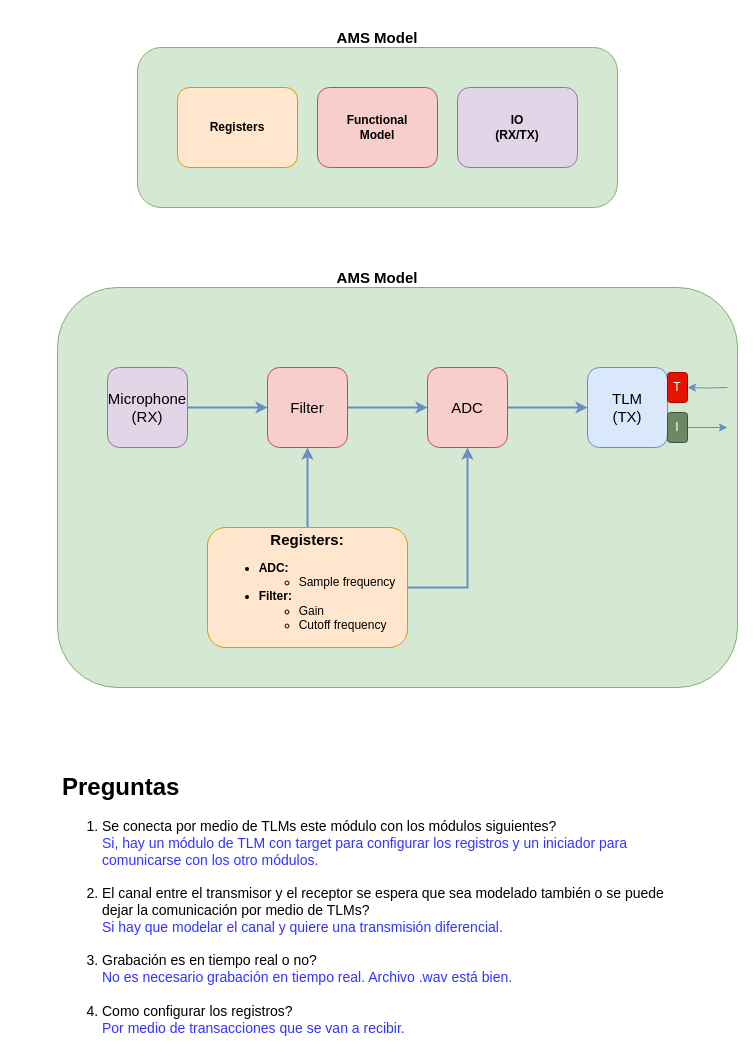
The draw.io diagram page "Audio Capture" (1 of 2) of Project3.drawio in bvarela27/SystemC_ams, before the edit. Source tidied: cells renumbered, new cells numbered last; positions are measured from the earlier drawing's top-left corner, leaving out a move shared by most shapes. Both pictures are drawn from the tidied source at 100%, with x=0, y=0 at pixel (57, 17).
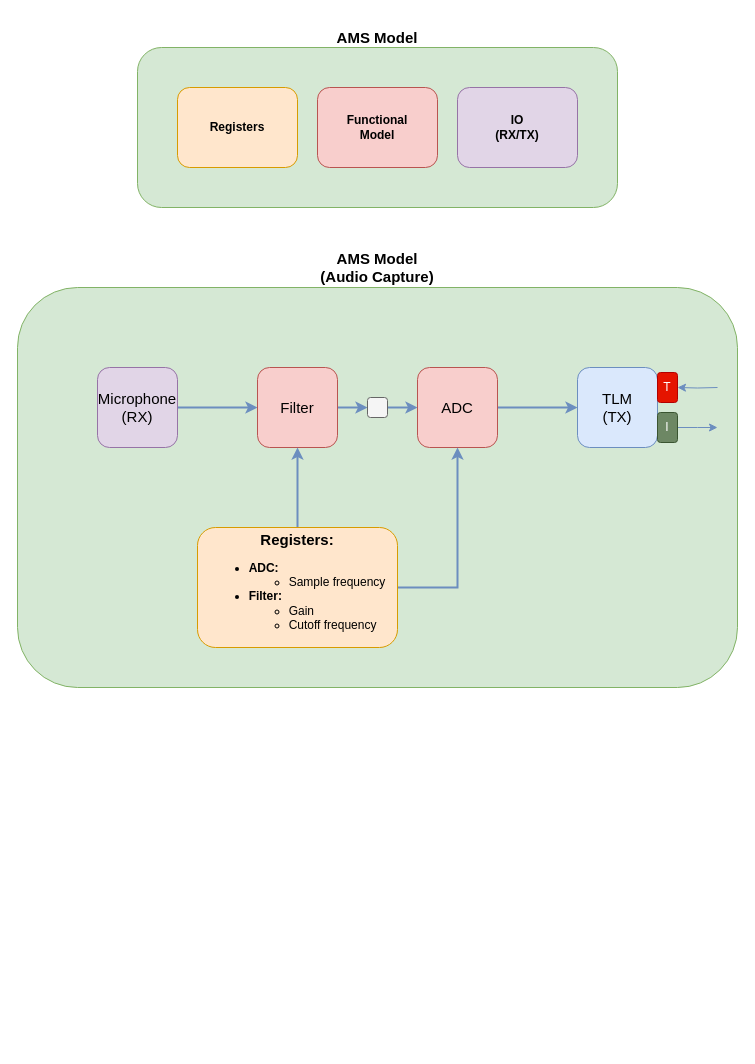
The same diagram, later.

Commit message:
Updating diagram with some more details regarding the audio capture module and adding the diagram of the channel

Change to the diagram source:
```diff
@@
     <mxCell id="2" style="rounded=1;whiteSpace=wrap;html=1;fontSize=15;fillColor=#d5e8d4;strokeColor=#82b366;" parent="1" vertex="1">
-      <mxGeometry y="270" width="680" height="400" as="geometry" />
+      <mxGeometry x="-40" y="270" width="720" height="400" as="geometry" />
     </mxCell>
@@
     <mxCell id="9" value="Microphone&lt;br&gt;(RX)" style="rounded=1;whiteSpace=wrap;html=1;fontSize=15;fillColor=#e1d5e7;strokeColor=#9673a6;" parent="1" vertex="1">
-      <mxGeometry x="50" y="350" width="80" height="80" as="geometry" />
+      <mxGeometry x="40" y="350" width="80" height="80" as="geometry" />
     </mxCell>
-    <mxCell id="10" style="edgeStyle=orthogonalEdgeStyle;rounded=0;jettySize=auto;html=1;exitX=1;exitY=0.5;exitDx=0;exitDy=0;entryX=0;entryY=0.5;entryDx=0;entryDy=0;fontSize=15;fillColor=#dae8fc;strokeColor=#6c8ebf;strokeWidth=2;" parent="1" edge="1" source="11" target="13">
-      <mxGeometry relative="1" as="geometry" />
-    </mxCell>
+    <mxCell id="24" style="edgeStyle=orthogonalEdgeStyle;rounded=0;jettySize=auto;html=1;exitX=1;exitY=0.5;exitDx=0;exitDy=0;entryX=0;entryY=0.5;entryDx=0;entryDy=0;strokeWidth=2;fillColor=#dae8fc;strokeColor=#6c8ebf;" parent="1" edge="1" source="11" target="26">
+      <mxGeometry relative="1" as="geometry" />
+    </mxCell>
     <mxCell id="11" value="Filter" style="rounded=1;whiteSpace=wrap;html=1;fontSize=15;fillColor=#f8cecc;strokeColor=#b85450;" parent="1" vertex="1">
-      <mxGeometry x="210" y="350" width="80" height="80" as="geometry" />
+      <mxGeometry x="200" y="350" width="80" height="80" as="geometry" />
     </mxCell>
@@
     <mxCell id="13" value="ADC" style="rounded=1;whiteSpace=wrap;html=1;fontSize=15;fillColor=#f8cecc;strokeColor=#b85450;" parent="1" vertex="1">
-      <mxGeometry x="370" y="350" width="80" height="80" as="geometry" />
+      <mxGeometry x="360" y="350" width="80" height="80" as="geometry" />
     </mxCell>
@@
     <mxCell id="16" value="&lt;font style=&quot;font-weight: bold; font-size: 15px;&quot;&gt;Registers:&lt;/font&gt;&lt;br&gt;&lt;div style=&quot;text-align: left;&quot;&gt;&lt;ul style=&quot;&quot;&gt;&lt;li style=&quot;font-weight: bold;&quot;&gt;&lt;b style=&quot;background-color: initial;&quot;&gt;ADC:&lt;/b&gt;&lt;/li&gt;&lt;ul style=&quot;&quot;&gt;&lt;li style=&quot;&quot;&gt;&lt;span style=&quot;background-color: initial;&quot;&gt;Sample frequency&lt;/span&gt;&lt;/li&gt;&lt;/ul&gt;&lt;li style=&quot;font-weight: bold;&quot;&gt;Filter:&lt;/li&gt;&lt;ul style=&quot;&quot;&gt;&lt;li style=&quot;&quot;&gt;Gain&lt;/li&gt;&lt;li style=&quot;&quot;&gt;Cutoff frequency&lt;/li&gt;&lt;/ul&gt;&lt;/ul&gt;&lt;/div&gt;" style="rounded=1;whiteSpace=wrap;html=1;fillColor=#ffe6cc;strokeColor=#d79b00;" parent="1" vertex="1">
-      <mxGeometry x="150" y="510" width="200" height="120" as="geometry" />
+      <mxGeometry x="140" y="510" width="200" height="120" as="geometry" />
     </mxCell>
-    <mxCell id="17" value="&lt;font style=&quot;font-size: 15px;&quot;&gt;&lt;b&gt;AMS Model&lt;/b&gt;&lt;/font&gt;" style="text;html=1;strokeColor=none;fillColor=none;align=center;verticalAlign=middle;whiteSpace=wrap;rounded=0;" parent="1" vertex="1">
-      <mxGeometry x="260" y="240" width="120" height="40" as="geometry" />
+    <mxCell id="17" value="&lt;font style=&quot;font-size: 15px;&quot;&gt;&lt;b&gt;AMS Model (Audio Capture)&lt;/b&gt;&lt;/font&gt;" style="text;html=1;strokeColor=none;fillColor=none;align=center;verticalAlign=middle;whiteSpace=wrap;rounded=0;" parent="1" vertex="1">
+      <mxGeometry x="260" y="230" width="120" height="40" as="geometry" />
     </mxCell>
     <mxCell id="18" value="TLM&lt;br&gt;(TX)" style="rounded=1;whiteSpace=wrap;html=1;fontSize=15;fillColor=#dae8fc;strokeColor=#6c8ebf;" parent="1" vertex="1">
-      <mxGeometry x="530" y="350" width="80" height="80" as="geometry" />
+      <mxGeometry x="520" y="350" width="80" height="80" as="geometry" />
     </mxCell>
-    <mxCell id="19" value="&lt;h1&gt;&lt;span style=&quot;background-color: initial;&quot;&gt;Preguntas&lt;/span&gt;&lt;/h1&gt;&lt;div style=&quot;font-size: 14px;&quot;&gt;&lt;ol&gt;&lt;li&gt;&lt;span style=&quot;background-color: initial; font-weight: normal;&quot;&gt;Se conecta por medio de TLMs este módulo con los módulos siguientes?&lt;br&gt;&lt;font color=&quot;#3333ff&quot;&gt;Si, hay un módulo de TLM con target para configurar los registros y un iniciador para comunicarse con los otro módulos.&lt;/font&gt;&lt;br&gt;&lt;br&gt;&lt;/span&gt;&lt;/li&gt;&lt;li&gt;&lt;span style=&quot;background-color: initial; font-weight: normal;&quot;&gt;El canal entre el transmisor y el receptor se espera que sea modelado también o se puede dejar la comunicación por medio de TLMs?&lt;br&gt;&lt;font color=&quot;#3333ff&quot;&gt;Si hay que modelar el canal y quiere una transmisión diferencial.&amp;nbsp;&lt;/font&gt;&lt;br&gt;&lt;br&gt;&lt;/span&gt;&lt;/li&gt;&lt;li&gt;&lt;span style=&quot;background-color: initial; font-weight: normal;&quot;&gt;Grabación es en tiempo real o no?&lt;br&gt;&lt;font color=&quot;#3333ff&quot;&gt;No es necesario grabación en tiempo real. Archivo .wav está bien.&lt;/font&gt;&lt;br&gt;&lt;br&gt;&lt;/span&gt;&lt;/li&gt;&lt;li&gt;Como configurar los registros?&lt;br&gt;&lt;font color=&quot;#3333ff&quot;&gt;Por medio de transacciones que se van a recibir.&lt;/font&gt;&lt;/li&gt;&lt;/ol&gt;&lt;/div&gt;" style="text;html=1;strokeColor=none;fillColor=none;spacing=5;spacingTop=-20;whiteSpace=wrap;overflow=hidden;rounded=0;" parent="1" vertex="1">
-      <mxGeometry y="750" width="640" height="280" as="geometry" />
-    </mxCell>
     <mxCell id="20" style="edgeStyle=orthogonalEdgeStyle;rounded=0;jettySize=auto;html=1;entryX=1;entryY=0.5;entryDx=0;entryDy=0;fillColor=#dae8fc;strokeColor=#6c8ebf;" parent="1" edge="1" target="21">
       <mxGeometry relative="1" as="geometry">
-        <mxPoint x="670" y="370" as="sourcePoint" />
+        <mxPoint x="660" y="370" as="sourcePoint" />
       </mxGeometry>
     </mxCell>
     <mxCell id="21" value="T" style="rounded=1;whiteSpace=wrap;html=1;fillColor=#e51400;strokeColor=#B20000;fontColor=#ffffff;" parent="1" vertex="1">
-      <mxGeometry x="610" y="355" width="20" height="30" as="geometry" />
+      <mxGeometry x="600" y="355" width="20" height="30" as="geometry" />
     </mxCell>
     <mxCell id="22" style="edgeStyle=orthogonalEdgeStyle;rounded=0;jettySize=auto;html=1;exitX=1;exitY=0.5;exitDx=0;exitDy=0;fillColor=#dae8fc;strokeColor=#6c8ebf;" parent="1" edge="1" source="23">
       <mxGeometry relative="1" as="geometry">
-        <mxPoint x="670" y="410" as="targetPoint" />
+        <mxPoint x="660" y="410" as="targetPoint" />
       </mxGeometry>
     </mxCell>
     <mxCell id="23" value="I" style="rounded=1;whiteSpace=wrap;html=1;fillColor=#6d8764;strokeColor=#3A5431;fontColor=#ffffff;" parent="1" vertex="1">
-      <mxGeometry x="610" y="395" width="20" height="30" as="geometry" />
+      <mxGeometry x="600" y="395" width="20" height="30" as="geometry" />
     </mxCell>
+    <mxCell id="25" style="edgeStyle=orthogonalEdgeStyle;rounded=0;jettySize=auto;html=1;exitX=1;exitY=0.5;exitDx=0;exitDy=0;entryX=0;entryY=0.5;entryDx=0;entryDy=0;strokeWidth=2;fillColor=#dae8fc;strokeColor=#6c8ebf;" parent="1" edge="1" source="26" target="13">
+      <mxGeometry relative="1" as="geometry" />
+    </mxCell>
+    <mxCell id="26" style="rounded=1;whiteSpace=wrap;html=1;fillColor=#f5f5f5;fontColor=#333333;strokeColor=#666666;" parent="1" vertex="1">
+      <mxGeometry x="310" y="380" width="20" height="20" as="geometry" />
+    </mxCell>
```
